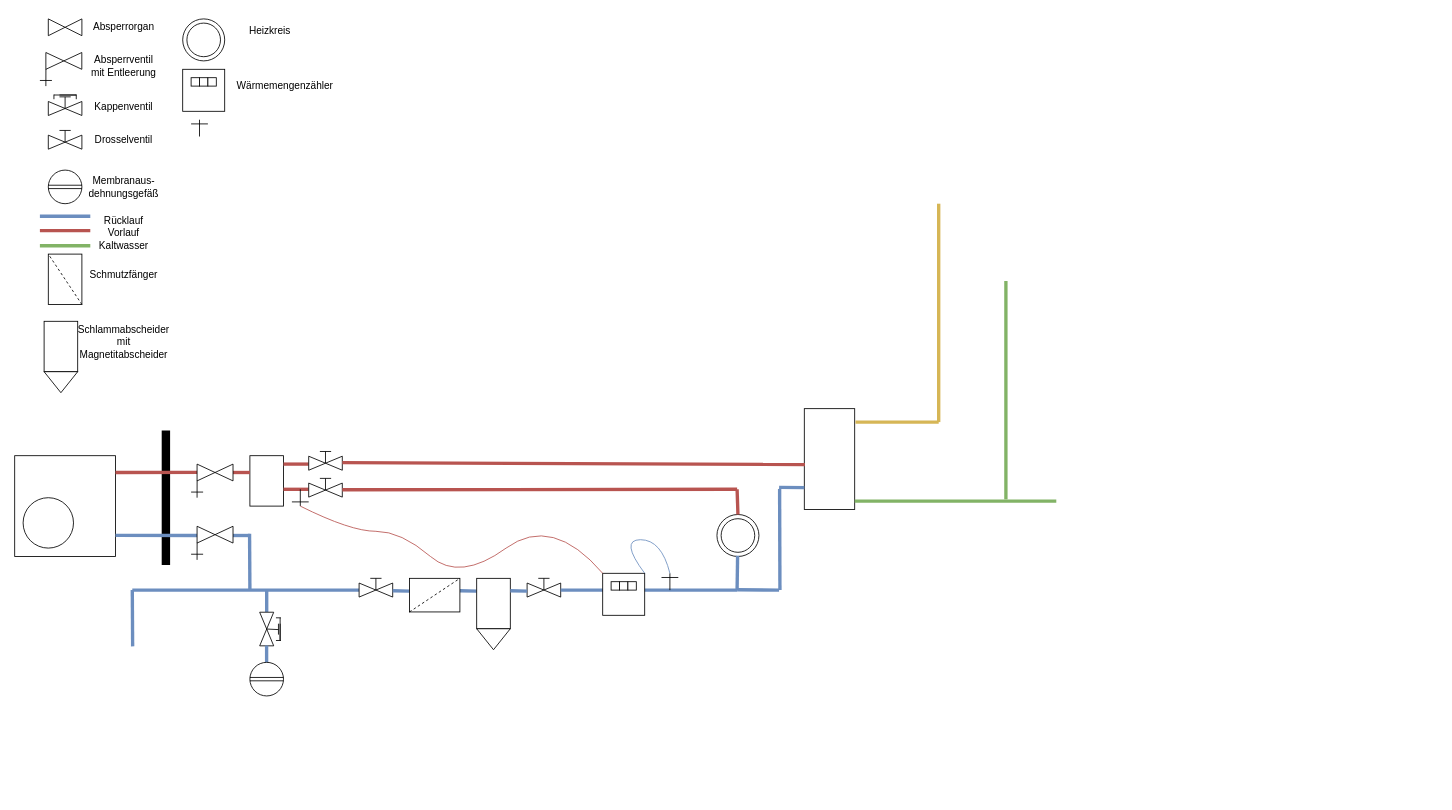
The draw.io diagram hydraulik.drawio in eddi0815/socket2, before the edit. Source tidied: cells renumbered, new cells numbered last; positions are measured from the earlier drawing's top-left corner, leaving out a move shared by most shapes. Both pictures are drawn from the tidied source at 84%, with x=0, y=0 at pixel (14, 14).
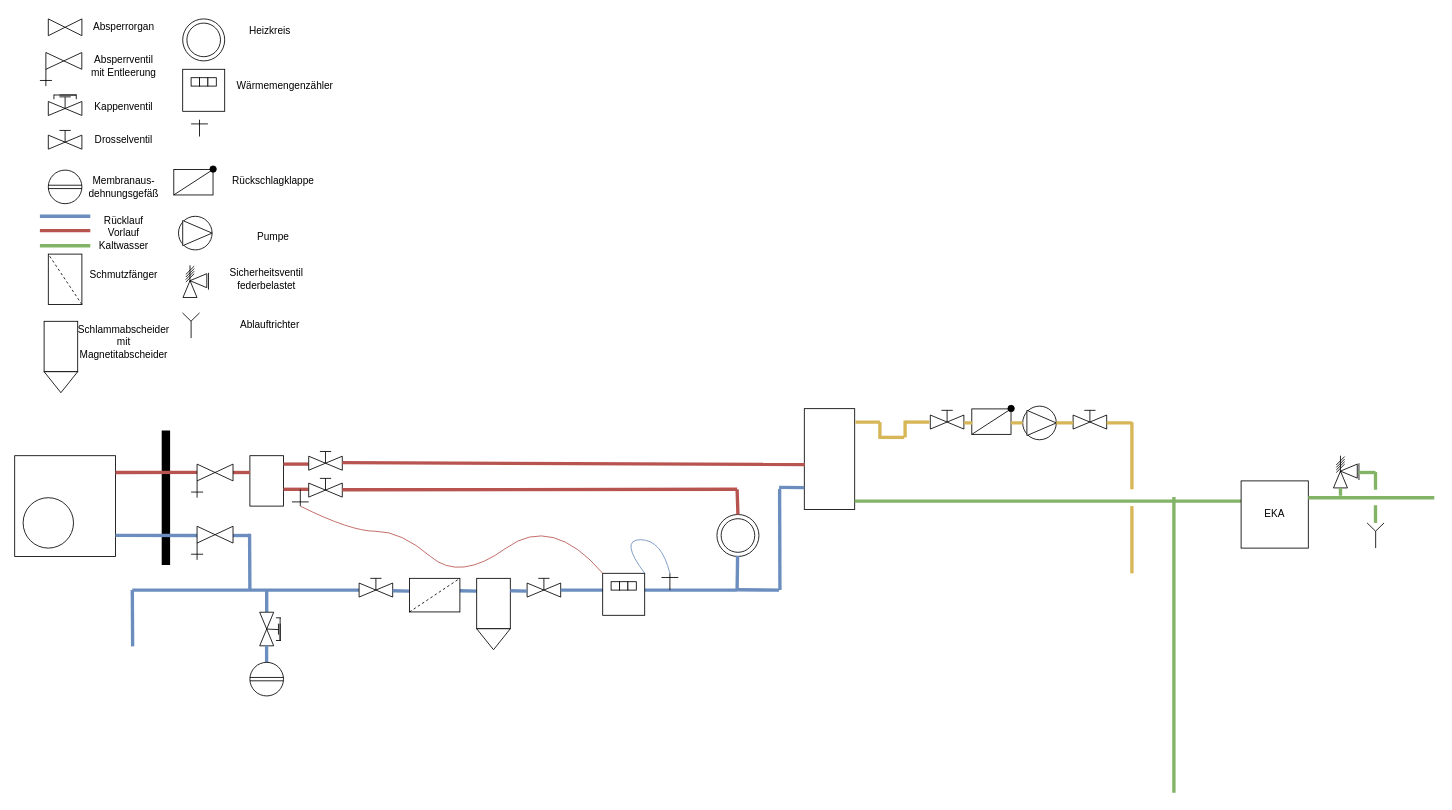
Above is the later version.

The change refers to these unchanged cells:
```xml
<mxCell id="121" style="rounded=0;whiteSpace=wrap;html=1;rotation=90;" parent="1" vertex="1">
  <mxGeometry x="910" y="499" width="120" height="60" as="geometry" />
</mxCell>
```

Change to the diagram source:
```diff
@@
     <mxCell id="127" style="endArrow=none;html=1;rounded=0;jumpSize=6;strokeWidth=4;fillColor=#d5e8d4;strokeColor=#82b366;" parent="1" edge="1">
       <mxGeometry relative="1" as="geometry">
         <mxPoint x="1000" y="579" as="sourcePoint" />
-        <mxPoint x="1240" y="579" as="targetPoint" />
+        <mxPoint x="1460" y="579" as="targetPoint" />
       </mxGeometry>
     </mxCell>
@@
     <mxCell id="171" style="endArrow=none;html=1;rounded=0;jumpSize=6;strokeWidth=4;fillColor=#d5e8d4;strokeColor=#82b366;" parent="1" edge="1">
       <mxGeometry relative="1" as="geometry">
-        <mxPoint x="1180" y="577" as="sourcePoint" />
-        <mxPoint x="1180" y="317" as="targetPoint" />
+        <mxPoint x="1380" y="926.2" as="sourcePoint" />
+        <mxPoint x="1380" y="574.2" as="targetPoint" />
       </mxGeometry>
     </mxCell>
-    <mxCell id="172" style="endArrow=none;html=1;rounded=0;jumpSize=6;strokeWidth=4;fillColor=#fff2cc;strokeColor=#d6b656;" parent="1" edge="1">
-      <mxGeometry relative="1" as="geometry">
-        <mxPoint x="1100" y="485" as="sourcePoint" />
-        <mxPoint x="1100" y="225" as="targetPoint" />
-      </mxGeometry>
-    </mxCell>
     <mxCell id="173" style="endArrow=none;html=1;rounded=0;jumpSize=6;strokeWidth=4;fillColor=#fff2cc;strokeColor=#d6b656;entryX=0.134;entryY=-0.015;entryDx=0;entryDy=0;entryPerimeter=0;" parent="1" edge="1" target="121">
       <mxGeometry relative="1" as="geometry">
-        <mxPoint x="1100" y="485" as="sourcePoint" />
+        <mxPoint x="1030" y="485" as="sourcePoint" />
       </mxGeometry>
     </mxCell>
+    <mxCell id="174" style="group;" parent="1" vertex="1">
+      <mxGeometry x="1090" y="471" width="40" height="22.2" as="geometry" />
+    </mxCell>
+    <mxCell id="175" style="group;" parent="174" vertex="1">
+      <mxGeometry y="5.6" width="40" height="16.7" as="geometry" />
+    </mxCell>
+    <mxCell id="176" style="triangle;whiteSpace=wrap;html=1;" parent="175" vertex="1">
+      <mxGeometry width="20" height="16.7" as="geometry" />
+    </mxCell>
+    <mxCell id="177" style="triangle;whiteSpace=wrap;html=1;rotation=-180;" parent="175" vertex="1">
+      <mxGeometry x="20" width="20" height="16.7" as="geometry" />
+    </mxCell>
+    <mxCell id="178" style="endArrow=none;html=1;rounded=0;exitX=1;exitY=0.5;exitDx=0;exitDy=0;" parent="174" edge="1" source="176">
+      <mxGeometry relative="1" as="geometry">
+        <mxPoint x="20" as="targetPoint" />
+      </mxGeometry>
+    </mxCell>
+    <mxCell id="179" style="endArrow=none;html=1;rounded=0;" parent="174" edge="1">
+      <mxGeometry relative="1" as="geometry">
+        <mxPoint x="13.3" as="sourcePoint" />
+        <mxPoint x="26.7" as="targetPoint" />
+      </mxGeometry>
+    </mxCell>
+    <mxCell id="180" style="endArrow=none;html=1;rounded=0;" parent="174" edge="1">
+      <mxGeometry relative="1" as="geometry">
+        <mxPoint x="6.7" as="sourcePoint" />
+        <mxPoint x="6.7" as="targetPoint" />
+      </mxGeometry>
+    </mxCell>
+    <mxCell id="181" style="group;" parent="1" vertex="1">
+      <mxGeometry x="1260" y="471" width="40" height="22.2" as="geometry" />
+    </mxCell>
+    <mxCell id="182" style="group;" parent="181" vertex="1">
+      <mxGeometry y="5.6" width="40" height="16.7" as="geometry" />
+    </mxCell>
+    <mxCell id="183" style="triangle;whiteSpace=wrap;html=1;" parent="182" vertex="1">
+      <mxGeometry width="20" height="16.7" as="geometry" />
+    </mxCell>
+    <mxCell id="184" style="triangle;whiteSpace=wrap;html=1;rotation=-180;" parent="182" vertex="1">
+      <mxGeometry x="20" width="20" height="16.7" as="geometry" />
+    </mxCell>
+    <mxCell id="185" style="endArrow=none;html=1;rounded=0;exitX=1;exitY=0.5;exitDx=0;exitDy=0;" parent="181" edge="1" source="183">
+      <mxGeometry relative="1" as="geometry">
+        <mxPoint x="20" as="targetPoint" />
+      </mxGeometry>
+    </mxCell>
+    <mxCell id="186" style="endArrow=none;html=1;rounded=0;" parent="181" edge="1">
+      <mxGeometry relative="1" as="geometry">
+        <mxPoint x="13.3" as="sourcePoint" />
+        <mxPoint x="26.7" as="targetPoint" />
+      </mxGeometry>
+    </mxCell>
+    <mxCell id="187" style="endArrow=none;html=1;rounded=0;" parent="181" edge="1">
+      <mxGeometry relative="1" as="geometry">
+        <mxPoint x="6.7" as="sourcePoint" />
+        <mxPoint x="6.7" as="targetPoint" />
+      </mxGeometry>
+    </mxCell>
+    <mxCell id="188" value="Rückschlagklappe" style="text;html=1;align=center;verticalAlign=middle;whiteSpace=wrap;rounded=0;" parent="1" vertex="1">
+      <mxGeometry x="250" y="182.5" width="116" height="30" as="geometry" />
+    </mxCell>
+    <mxCell id="189" style="group;" parent="1" vertex="1">
+      <mxGeometry x="190" y="180" width="50" height="35" as="geometry" />
+    </mxCell>
+    <mxCell id="190" style="group;rotation=0;" parent="189" vertex="1">
+      <mxGeometry y="3.9" width="45.5" height="31.1" as="geometry" />
+    </mxCell>
+    <mxCell id="191" style="rounded=0;whiteSpace=wrap;html=1;rotation=90;" parent="190" vertex="1">
+      <mxGeometry x="7.6" y="-7.8" width="30.3" height="46.7" as="geometry" />
+    </mxCell>
+    <mxCell id="192" style="endArrow=none;html=1;rounded=0;entryX=0;entryY=0;entryDx=0;entryDy=0;exitX=1;exitY=1;exitDx=0;exitDy=0;" parent="190" edge="1" source="191" target="191">
+      <mxGeometry relative="1" as="geometry" />
+    </mxCell>
+    <mxCell id="193" style="ellipse;whiteSpace=wrap;html=1;fillColor=#000000;" parent="189" vertex="1">
+      <mxGeometry x="42.4" width="7.6" height="7.6" as="geometry" />
+    </mxCell>
+    <mxCell id="194" style="group;" parent="1" vertex="1">
+      <mxGeometry x="1140" y="465" width="50" height="35" as="geometry" />
+    </mxCell>
+    <mxCell id="195" style="group;rotation=0;" parent="194" vertex="1">
+      <mxGeometry y="3.9" width="45.5" height="31.1" as="geometry" />
+    </mxCell>
+    <mxCell id="196" style="rounded=0;whiteSpace=wrap;html=1;rotation=90;" parent="195" vertex="1">
+      <mxGeometry x="7.6" y="-7.8" width="30.3" height="46.7" as="geometry" />
+    </mxCell>
+    <mxCell id="197" style="endArrow=none;html=1;rounded=0;entryX=0;entryY=0;entryDx=0;entryDy=0;exitX=1;exitY=1;exitDx=0;exitDy=0;" parent="195" edge="1" source="196" target="196">
+      <mxGeometry relative="1" as="geometry" />
+    </mxCell>
+    <mxCell id="198" style="ellipse;whiteSpace=wrap;html=1;fillColor=#000000;" parent="194" vertex="1">
+      <mxGeometry x="42.4" width="7.6" height="7.6" as="geometry" />
+    </mxCell>
+    <mxCell id="199" value="Pumpe" style="text;html=1;align=center;verticalAlign=middle;whiteSpace=wrap;rounded=0;" parent="1" vertex="1">
+      <mxGeometry x="250" y="250" width="116" height="30" as="geometry" />
+    </mxCell>
+    <mxCell id="200" style="group;" parent="1" vertex="1">
+      <mxGeometry x="195" y="240" width="40" height="40" as="geometry" />
+    </mxCell>
+    <mxCell id="201" style="ellipse;whiteSpace=wrap;html=1;" parent="200" vertex="1">
+      <mxGeometry width="40" height="40" as="geometry" />
+    </mxCell>
+    <mxCell id="202" style="triangle;whiteSpace=wrap;html=1;" parent="200" vertex="1">
+      <mxGeometry x="5" y="5" width="35" height="30" as="geometry" />
+    </mxCell>
+    <mxCell id="203" style="group;" parent="1" vertex="1">
+      <mxGeometry x="1200" y="466" width="40" height="40" as="geometry" />
+    </mxCell>
+    <mxCell id="204" style="ellipse;whiteSpace=wrap;html=1;" parent="203" vertex="1">
+      <mxGeometry width="40" height="40" as="geometry" />
+    </mxCell>
+    <mxCell id="205" style="triangle;whiteSpace=wrap;html=1;" parent="203" vertex="1">
+      <mxGeometry x="5" y="5" width="35" height="30" as="geometry" />
+    </mxCell>
+    <mxCell id="206" style="endArrow=none;html=1;rounded=0;jumpSize=6;strokeWidth=4;fillColor=#fff2cc;strokeColor=#d6b656;" parent="1" edge="1">
+      <mxGeometry relative="1" as="geometry">
+        <mxPoint x="1030" y="505" as="sourcePoint" />
+        <mxPoint x="1030" y="485" as="targetPoint" />
+      </mxGeometry>
+    </mxCell>
+    <mxCell id="207" style="endArrow=none;html=1;rounded=0;jumpSize=6;strokeWidth=4;fillColor=#fff2cc;strokeColor=#d6b656;" parent="1" edge="1">
+      <mxGeometry relative="1" as="geometry">
+        <mxPoint x="1060" y="503.2" as="sourcePoint" />
+        <mxPoint x="1060" y="483.2" as="targetPoint" />
+      </mxGeometry>
+    </mxCell>
+    <mxCell id="208" style="endArrow=none;html=1;rounded=0;jumpSize=6;strokeWidth=4;fillColor=#fff2cc;strokeColor=#d6b656;entryX=0.134;entryY=-0.015;entryDx=0;entryDy=0;entryPerimeter=0;" parent="1" edge="1">
+      <mxGeometry relative="1" as="geometry">
+        <mxPoint x="1089" y="485" as="sourcePoint" />
+        <mxPoint x="1060" y="485" as="targetPoint" />
+      </mxGeometry>
+    </mxCell>
+    <mxCell id="209" style="endArrow=none;html=1;rounded=0;jumpSize=6;strokeWidth=4;fillColor=#fff2cc;strokeColor=#d6b656;entryX=0.134;entryY=-0.015;entryDx=0;entryDy=0;entryPerimeter=0;" parent="1" edge="1">
+      <mxGeometry relative="1" as="geometry">
+        <mxPoint x="1059" y="503.2" as="sourcePoint" />
+        <mxPoint x="1030" y="503.2" as="targetPoint" />
+      </mxGeometry>
+    </mxCell>
+    <mxCell id="210" style="endArrow=none;html=1;rounded=0;jumpSize=6;strokeWidth=4;fillColor=#fff2cc;strokeColor=#d6b656;entryX=0.134;entryY=-0.015;entryDx=0;entryDy=0;entryPerimeter=0;" parent="1" edge="1">
+      <mxGeometry relative="1" as="geometry">
+        <mxPoint x="1140" y="486" as="sourcePoint" />
+        <mxPoint x="1130" y="485.9" as="targetPoint" />
+      </mxGeometry>
+    </mxCell>
+    <mxCell id="211" style="endArrow=none;html=1;rounded=0;jumpSize=6;strokeWidth=4;fillColor=#fff2cc;strokeColor=#d6b656;entryX=0.134;entryY=-0.015;entryDx=0;entryDy=0;entryPerimeter=0;" parent="1" edge="1">
+      <mxGeometry relative="1" as="geometry">
+        <mxPoint x="1200" y="486" as="sourcePoint" />
+        <mxPoint x="1186" y="485.9" as="targetPoint" />
+      </mxGeometry>
+    </mxCell>
+    <mxCell id="212" style="endArrow=none;html=1;rounded=0;jumpSize=6;strokeWidth=4;fillColor=#fff2cc;strokeColor=#d6b656;entryX=0.134;entryY=-0.015;entryDx=0;entryDy=0;entryPerimeter=0;" parent="1" edge="1">
+      <mxGeometry relative="1" as="geometry">
+        <mxPoint x="1260" y="486" as="sourcePoint" />
+        <mxPoint x="1240" y="485.9" as="targetPoint" />
+      </mxGeometry>
+    </mxCell>
+    <mxCell id="213" style="endArrow=none;html=1;rounded=0;jumpSize=6;strokeWidth=4;fillColor=#fff2cc;strokeColor=#d6b656;entryX=0.134;entryY=-0.015;entryDx=0;entryDy=0;entryPerimeter=0;" parent="1" edge="1">
+      <mxGeometry relative="1" as="geometry">
+        <mxPoint x="1330" y="486" as="sourcePoint" />
+        <mxPoint x="1300" y="485.9" as="targetPoint" />
+      </mxGeometry>
+    </mxCell>
+    <mxCell id="214" style="endArrow=none;html=1;rounded=0;jumpSize=6;strokeWidth=4;fillColor=#fff2cc;strokeColor=#d6b656;" parent="1" edge="1">
+      <mxGeometry relative="1" as="geometry">
+        <mxPoint x="1330" y="565" as="sourcePoint" />
+        <mxPoint x="1330" y="485" as="targetPoint" />
+      </mxGeometry>
+    </mxCell>
+    <mxCell id="215" style="endArrow=none;html=1;rounded=0;jumpSize=6;strokeWidth=4;fillColor=#fff2cc;strokeColor=#d6b656;" parent="1" edge="1">
+      <mxGeometry relative="1" as="geometry">
+        <mxPoint x="1330" y="665" as="sourcePoint" />
+        <mxPoint x="1330" y="585" as="targetPoint" />
+      </mxGeometry>
+    </mxCell>
+    <mxCell id="216" value="EKA" style="whiteSpace=wrap;html=1;" parent="1" vertex="1">
+      <mxGeometry x="1460" y="555" width="80" height="80" as="geometry" />
+    </mxCell>
+    <mxCell id="217" value="&lt;div&gt;Sicherheitsventil&lt;/div&gt;&lt;div&gt;federbelastet&lt;br&gt;&lt;/div&gt;" style="text;html=1;align=center;verticalAlign=middle;whiteSpace=wrap;rounded=0;" parent="1" vertex="1">
+      <mxGeometry x="242" y="300" width="116" height="30" as="geometry" />
+    </mxCell>
+    <mxCell id="218" style="endArrow=none;html=1;rounded=0;jumpSize=6;strokeWidth=4;fillColor=#d5e8d4;strokeColor=#82b366;" parent="1" edge="1">
+      <mxGeometry relative="1" as="geometry">
+        <mxPoint x="1540" y="575" as="sourcePoint" />
+        <mxPoint x="1690" y="575" as="targetPoint" />
+      </mxGeometry>
+    </mxCell>
+    <mxCell id="219" style="group;" parent="1" vertex="1">
+      <mxGeometry x="200.4" y="298.3" width="30.3" height="38.3" as="geometry" />
+    </mxCell>
+    <mxCell id="220" style="triangle;whiteSpace=wrap;html=1;rotation=-90;" parent="219" vertex="1">
+      <mxGeometry x="-1.7" y="20" width="20" height="16.7" as="geometry" />
+    </mxCell>
+    <mxCell id="221" style="triangle;whiteSpace=wrap;html=1;rotation=-180;" parent="219" vertex="1">
+      <mxGeometry x="8.3" y="10" width="20" height="16.7" as="geometry" />
+    </mxCell>
+    <mxCell id="222" style="endArrow=none;html=1;rounded=0;" parent="219" edge="1">
+      <mxGeometry relative="1" as="geometry">
+        <mxPoint x="30.3" y="29" as="sourcePoint" />
+        <mxPoint x="30.3" y="9" as="targetPoint" />
+      </mxGeometry>
+    </mxCell>
+    <mxCell id="223" style="endArrow=none;html=1;rounded=0;" parent="219" edge="1">
+      <mxGeometry relative="1" as="geometry">
+        <mxPoint x="8.2" y="20" as="sourcePoint" />
+        <mxPoint x="8.3" as="targetPoint" />
+      </mxGeometry>
+    </mxCell>
+    <mxCell id="224" style="endArrow=none;html=1;rounded=0;" parent="219" edge="1">
+      <mxGeometry relative="1" as="geometry">
+        <mxPoint x="3.3" y="20" as="sourcePoint" />
+        <mxPoint x="13.3" y="10" as="targetPoint" />
+      </mxGeometry>
+    </mxCell>
+    <mxCell id="225" style="endArrow=none;html=1;rounded=0;" parent="219" edge="1">
+      <mxGeometry relative="1" as="geometry">
+        <mxPoint x="3.3" y="11" as="sourcePoint" />
+        <mxPoint x="13.3" y="1" as="targetPoint" />
+      </mxGeometry>
+    </mxCell>
+    <mxCell id="226" style="endArrow=none;html=1;rounded=0;" parent="219" edge="1">
+      <mxGeometry relative="1" as="geometry">
+        <mxPoint x="3.3" y="17" as="sourcePoint" />
+        <mxPoint x="13.3" y="7" as="targetPoint" />
+      </mxGeometry>
+    </mxCell>
+    <mxCell id="227" style="endArrow=none;html=1;rounded=0;" parent="219" edge="1">
+      <mxGeometry relative="1" as="geometry">
+        <mxPoint x="3.3" y="14" as="sourcePoint" />
+        <mxPoint x="13.3" y="4" as="targetPoint" />
+      </mxGeometry>
+    </mxCell>
+    <mxCell id="228" style="group;" parent="1" vertex="1">
+      <mxGeometry x="1570" y="525" width="30.3" height="38.3" as="geometry" />
+    </mxCell>
+    <mxCell id="229" style="triangle;whiteSpace=wrap;html=1;rotation=-90;" parent="228" vertex="1">
+      <mxGeometry x="-1.7" y="20" width="20" height="16.7" as="geometry" />
+    </mxCell>
+    <mxCell id="230" style="triangle;whiteSpace=wrap;html=1;rotation=-180;" parent="228" vertex="1">
+      <mxGeometry x="8.3" y="10" width="20" height="16.7" as="geometry" />
+    </mxCell>
+    <mxCell id="231" style="endArrow=none;html=1;rounded=0;" parent="228" edge="1">
+      <mxGeometry relative="1" as="geometry">
+        <mxPoint x="30.3" y="29" as="sourcePoint" />
+        <mxPoint x="30.3" y="9" as="targetPoint" />
+      </mxGeometry>
+    </mxCell>
+    <mxCell id="232" style="endArrow=none;html=1;rounded=0;" parent="228" edge="1">
+      <mxGeometry relative="1" as="geometry">
+        <mxPoint x="8.2" y="20" as="sourcePoint" />
+        <mxPoint x="8.3" as="targetPoint" />
+      </mxGeometry>
+    </mxCell>
+    <mxCell id="233" style="endArrow=none;html=1;rounded=0;" parent="228" edge="1">
+      <mxGeometry relative="1" as="geometry">
+        <mxPoint x="3.3" y="20" as="sourcePoint" />
+        <mxPoint x="13.3" y="10" as="targetPoint" />
+      </mxGeometry>
+    </mxCell>
+    <mxCell id="234" style="endArrow=none;html=1;rounded=0;" parent="228" edge="1">
+      <mxGeometry relative="1" as="geometry">
+        <mxPoint x="3.3" y="11" as="sourcePoint" />
+        <mxPoint x="13.3" y="1" as="targetPoint" />
+      </mxGeometry>
+    </mxCell>
+    <mxCell id="235" style="endArrow=none;html=1;rounded=0;" parent="228" edge="1">
+      <mxGeometry relative="1" as="geometry">
+        <mxPoint x="3.3" y="17" as="sourcePoint" />
+        <mxPoint x="13.3" y="7" as="targetPoint" />
+      </mxGeometry>
+    </mxCell>
+    <mxCell id="236" style="endArrow=none;html=1;rounded=0;" parent="228" edge="1">
+      <mxGeometry relative="1" as="geometry">
+        <mxPoint x="3.3" y="14" as="sourcePoint" />
+        <mxPoint x="13.3" y="4" as="targetPoint" />
+      </mxGeometry>
+    </mxCell>
+    <mxCell id="237" style="endArrow=none;html=1;rounded=0;jumpSize=6;strokeWidth=4;fillColor=#d5e8d4;strokeColor=#82b366;entryX=0;entryY=0.5;entryDx=0;entryDy=0;" parent="228" edge="1" target="229">
+      <mxGeometry relative="1" as="geometry">
+        <mxPoint x="8.3" y="47.7" as="sourcePoint" />
+      </mxGeometry>
+    </mxCell>
+    <mxCell id="238" style="endArrow=none;html=1;rounded=0;jumpSize=6;strokeWidth=4;fillColor=#d5e8d4;strokeColor=#82b366;" parent="1" edge="1">
+      <mxGeometry relative="1" as="geometry">
+        <mxPoint x="1620" y="605" as="sourcePoint" />
+        <mxPoint x="1620" y="584" as="targetPoint" />
+      </mxGeometry>
+    </mxCell>
+    <mxCell id="239" style="endArrow=none;html=1;rounded=0;jumpSize=6;strokeWidth=4;fillColor=#d5e8d4;strokeColor=#82b366;" parent="1" edge="1">
+      <mxGeometry relative="1" as="geometry">
+        <mxPoint x="1620" y="565.5" as="sourcePoint" />
+        <mxPoint x="1620" y="544.5" as="targetPoint" />
+      </mxGeometry>
+    </mxCell>
+    <mxCell id="240" style="endArrow=none;html=1;rounded=0;jumpSize=6;strokeWidth=4;fillColor=#d5e8d4;strokeColor=#82b366;" parent="1" edge="1">
+      <mxGeometry relative="1" as="geometry">
+        <mxPoint x="1620" y="545" as="sourcePoint" />
+        <mxPoint x="1600" y="545" as="targetPoint" />
+      </mxGeometry>
+    </mxCell>
+    <mxCell id="241" value="Ablauftrichter" style="text;html=1;align=center;verticalAlign=middle;whiteSpace=wrap;rounded=0;" parent="1" vertex="1">
+      <mxGeometry x="246" y="355" width="116" height="30" as="geometry" />
+    </mxCell>
+    <mxCell id="242" style="group;" parent="1" vertex="1">
+      <mxGeometry x="199.8" y="355" width="20.2" height="30" as="geometry" />
+    </mxCell>
+    <mxCell id="243" style="endArrow=none;html=1;rounded=0;" parent="242" edge="1">
+      <mxGeometry relative="1" as="geometry">
+        <mxPoint x="10.2" y="30" as="sourcePoint" />
+        <mxPoint x="10.2" y="10" as="targetPoint" />
+      </mxGeometry>
+    </mxCell>
+    <mxCell id="244" style="endArrow=none;html=1;rounded=0;" parent="242" edge="1">
+      <mxGeometry relative="1" as="geometry">
+        <mxPoint x="10.2" y="10" as="sourcePoint" />
+        <mxPoint as="targetPoint" />
+      </mxGeometry>
+    </mxCell>
+    <mxCell id="245" style="endArrow=none;html=1;rounded=0;" parent="242" edge="1">
+      <mxGeometry relative="1" as="geometry">
+        <mxPoint x="20.2" as="sourcePoint" />
+        <mxPoint x="10" y="10" as="targetPoint" />
+      </mxGeometry>
+    </mxCell>
+    <mxCell id="246" style="group;" parent="1" vertex="1">
+      <mxGeometry x="1610" y="605" width="20.2" height="30" as="geometry" />
+    </mxCell>
+    <mxCell id="247" style="endArrow=none;html=1;rounded=0;" parent="246" edge="1">
+      <mxGeometry relative="1" as="geometry">
+        <mxPoint x="10.2" y="30" as="sourcePoint" />
+        <mxPoint x="10.2" y="10" as="targetPoint" />
+      </mxGeometry>
+    </mxCell>
+    <mxCell id="248" style="endArrow=none;html=1;rounded=0;" parent="246" edge="1">
+      <mxGeometry relative="1" as="geometry">
+        <mxPoint x="10.2" y="10" as="sourcePoint" />
+        <mxPoint as="targetPoint" />
+      </mxGeometry>
+    </mxCell>
+    <mxCell id="249" style="endArrow=none;html=1;rounded=0;" parent="246" edge="1">
+      <mxGeometry relative="1" as="geometry">
+        <mxPoint x="20.2" as="sourcePoint" />
+        <mxPoint x="10" y="10" as="targetPoint" />
+      </mxGeometry>
+    </mxCell>
```
